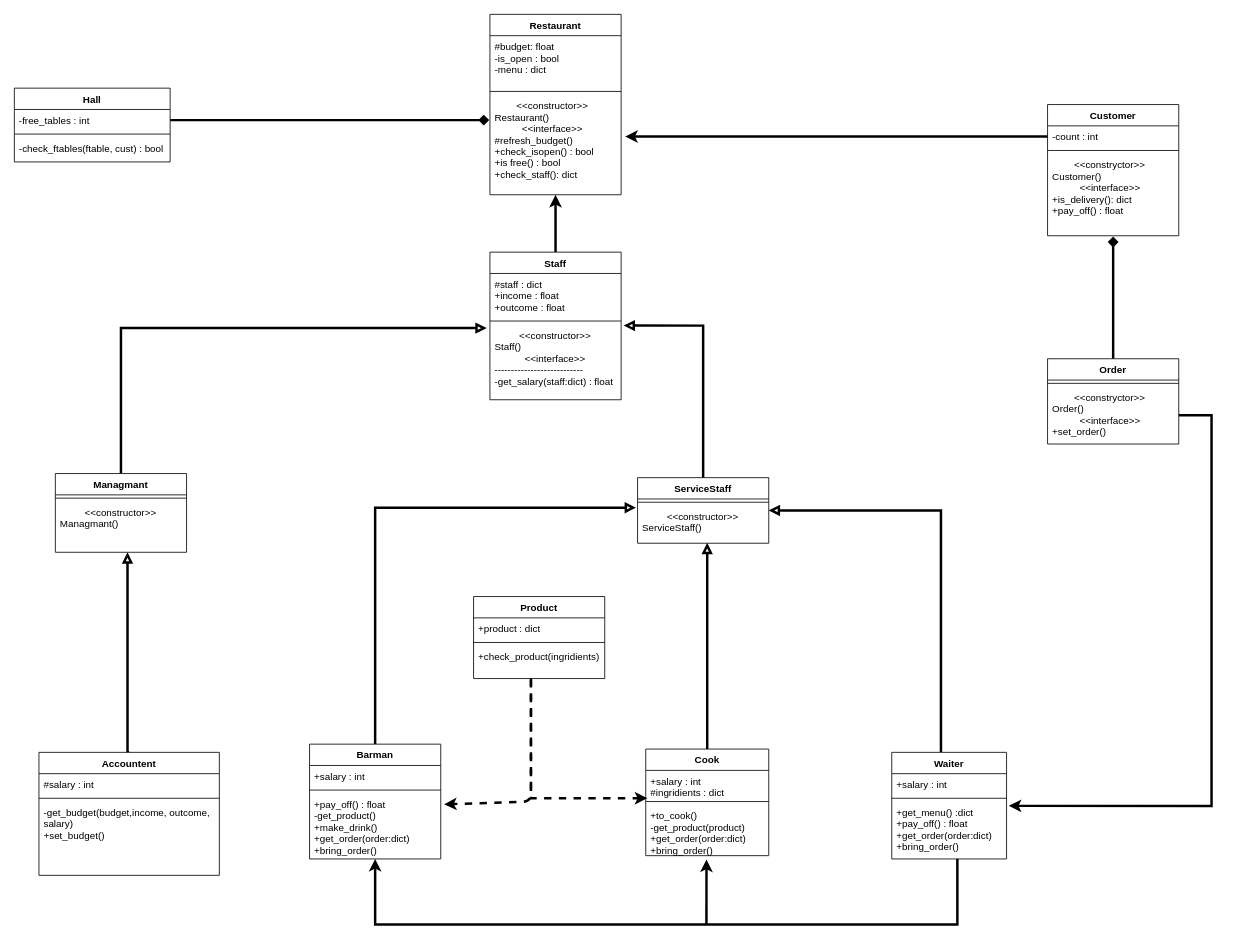
This is python/oop_2/my_restaurant.drawio from ho1331/python-education, a draw.io file, before an edit. Source tidied: cells renumbered, new cells numbered last; positions are measured from the earlier drawing's top-left corner, leaving out a move shared by most shapes. Both pictures are drawn from the tidied source at 82%, with x=0, y=0 at pixel (14, 14).
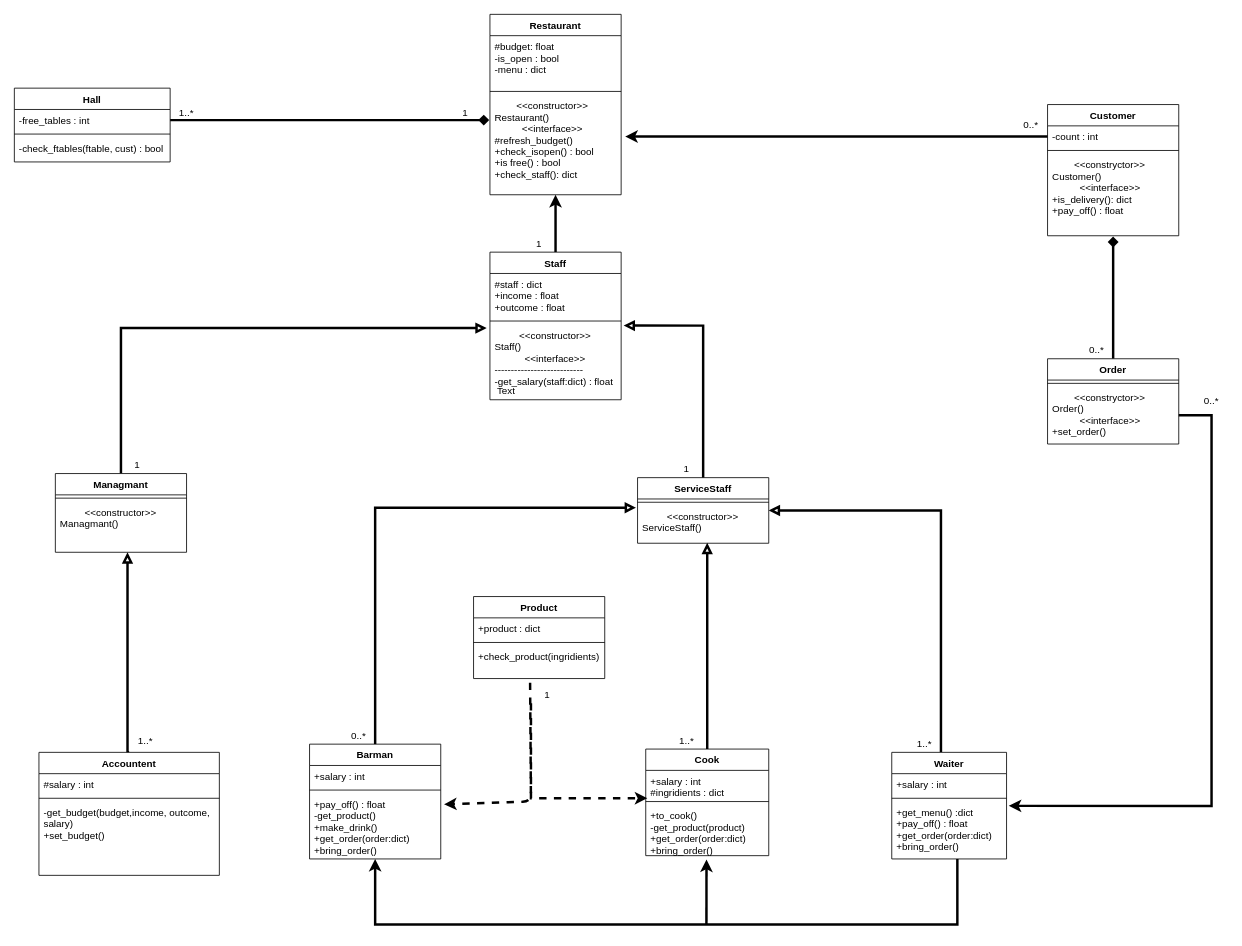
The same page after the edit.

Commit message:
added quantit params

Unchanged cells that the change refers to:
```xml
<mxCell id="33" value="+pay_off() : float&#10;-get_product()&#10;+make_drink()&#10;+get_order(order:dict)&#10;+bring_order()" style="text;strokeColor=none;fillColor=none;align=left;verticalAlign=top;spacingLeft=4;spacingRight=4;overflow=hidden;points=[[0,0.5],[1,0.5]];portConstraint=eastwest;" parent="30" vertex="1">
  <mxGeometry y="60" width="160" height="80" as="geometry" />
</mxCell>
<mxCell id="36" value="+salary : int&#10;#ingridients : dict" style="text;strokeColor=none;fillColor=none;align=left;verticalAlign=top;spacingLeft=4;spacingRight=4;overflow=hidden;points=[[0,0.5],[1,0.5]];portConstraint=eastwest;" parent="35" vertex="1">
  <mxGeometry y="26" width="150" height="34" as="geometry" />
</mxCell>
<mxCell id="56" value="+check_product(ingridients)" style="text;strokeColor=none;fillColor=none;align=left;verticalAlign=top;spacingLeft=4;spacingRight=4;overflow=hidden;points=[[0,0.5],[1,0.5]];portConstraint=eastwest;" parent="53" vertex="1">
  <mxGeometry y="60" width="160" height="40" as="geometry" />
</mxCell>
```

Change to the diagram source:
```diff
@@
-    <mxCell id="59" style="edgeStyle=orthogonalEdgeStyle;rounded=0;jettySize=auto;html=1;entryX=0.013;entryY=1;entryDx=0;entryDy=0;entryPerimeter=0;endArrow=classic;endFill=1;strokeWidth=3;dashed=1;" parent="1" edge="1" source="56" target="36">
+    <mxCell id="59" style="edgeStyle=orthogonalEdgeStyle;rounded=0;jettySize=auto;html=1;entryX=0.013;entryY=1;entryDx=0;entryDy=0;entryPerimeter=0;endArrow=classic;endFill=1;strokeWidth=3;dashed=1;" parent="1" edge="1" target="36">
       <mxGeometry relative="1" as="geometry">
+        <mxPoint x="630" y="840" as="sourcePoint" />
         <Array as="points">
           <mxPoint x="630" y="956" />
         </Array>
       </mxGeometry>
     </mxCell>
-    <mxCell id="60" style="endArrow=classic;html=1;dashed=1;strokeWidth=3;entryX=1.025;entryY=0.167;entryDx=0;entryDy=0;entryPerimeter=0;" parent="1" edge="1" target="33">
+    <mxCell id="60" style="endArrow=classic;html=1;dashed=1;strokeWidth=3;entryX=1.025;entryY=0.167;entryDx=0;entryDy=0;entryPerimeter=0;exitX=0.431;exitY=1.125;exitDx=0;exitDy=0;exitPerimeter=0;" parent="1" edge="1" source="56" target="33">
       <mxGeometry relative="1" as="geometry">
-        <mxPoint x="630" y="812" as="sourcePoint" />
         <Array as="points">
           <mxPoint x="630" y="960" />
         </Array>
       </mxGeometry>
     </mxCell>
@@
+    <mxCell id="62" value="Text" style="text;html=1;strokeColor=none;fillColor=none;align=center;verticalAlign=middle;whiteSpace=wrap;rounded=0;" parent="1" vertex="1">
+      <mxGeometry x="580" y="450" width="40" height="20" as="geometry" />
+    </mxCell>
+    <mxCell id="63" value="1..*" style="text;html=1;strokeColor=none;fillColor=none;align=center;verticalAlign=middle;whiteSpace=wrap;rounded=0;" parent="1" vertex="1">
+      <mxGeometry x="140" y="876" width="40" height="20" as="geometry" />
+    </mxCell>
+    <mxCell id="64" value="1" style="text;html=1;strokeColor=none;fillColor=none;align=center;verticalAlign=middle;whiteSpace=wrap;rounded=0;" parent="1" vertex="1">
+      <mxGeometry x="530" y="110" width="40" height="20" as="geometry" />
+    </mxCell>
+    <mxCell id="65" value="1" style="text;html=1;strokeColor=none;fillColor=none;align=center;verticalAlign=middle;whiteSpace=wrap;rounded=0;" parent="1" vertex="1">
+      <mxGeometry x="620" y="270" width="40" height="20" as="geometry" />
+    </mxCell>
+    <mxCell id="66" value="0..*" style="text;html=1;strokeColor=none;fillColor=none;align=center;verticalAlign=middle;whiteSpace=wrap;rounded=0;" parent="1" vertex="1">
+      <mxGeometry x="1220" y="125" width="40" height="20" as="geometry" />
+    </mxCell>
+    <mxCell id="67" value="0..*" style="text;html=1;strokeColor=none;fillColor=none;align=center;verticalAlign=middle;whiteSpace=wrap;rounded=0;" parent="1" vertex="1">
+      <mxGeometry x="1300" y="400" width="40" height="20" as="geometry" />
+    </mxCell>
+    <mxCell id="68" value="1" style="text;html=1;strokeColor=none;fillColor=none;align=center;verticalAlign=middle;whiteSpace=wrap;rounded=0;" parent="1" vertex="1">
+      <mxGeometry x="800" y="545" width="40" height="20" as="geometry" />
+    </mxCell>
+    <mxCell id="69" value="1" style="text;html=1;strokeColor=none;fillColor=none;align=center;verticalAlign=middle;whiteSpace=wrap;rounded=0;" parent="1" vertex="1">
+      <mxGeometry x="130" y="540" width="40" height="20" as="geometry" />
+    </mxCell>
+    <mxCell id="70" value="0..*" style="text;html=1;strokeColor=none;fillColor=none;align=center;verticalAlign=middle;whiteSpace=wrap;rounded=0;" parent="1" vertex="1">
+      <mxGeometry x="400" y="870" width="40" height="20" as="geometry" />
+    </mxCell>
+    <mxCell id="71" value="1..*" style="text;html=1;strokeColor=none;fillColor=none;align=center;verticalAlign=middle;whiteSpace=wrap;rounded=0;" parent="1" vertex="1">
+      <mxGeometry x="800" y="876" width="40" height="20" as="geometry" />
+    </mxCell>
+    <mxCell id="72" value="1..*" style="text;html=1;strokeColor=none;fillColor=none;align=center;verticalAlign=middle;whiteSpace=wrap;rounded=0;" parent="1" vertex="1">
+      <mxGeometry x="1090" y="880" width="40" height="20" as="geometry" />
+    </mxCell>
+    <mxCell id="73" value="1" style="text;html=1;strokeColor=none;fillColor=none;align=center;verticalAlign=middle;whiteSpace=wrap;rounded=0;" parent="1" vertex="1">
+      <mxGeometry x="630" y="820" width="40" height="20" as="geometry" />
+    </mxCell>
+    <mxCell id="74" value="0..*" style="text;html=1;strokeColor=none;fillColor=none;align=center;verticalAlign=middle;whiteSpace=wrap;rounded=0;" parent="1" vertex="1">
+      <mxGeometry x="1440" y="462" width="40" height="20" as="geometry" />
+    </mxCell>
+    <mxCell id="75" value="1..*" style="text;html=1;strokeColor=none;fillColor=none;align=center;verticalAlign=middle;whiteSpace=wrap;rounded=0;" parent="1" vertex="1">
+      <mxGeometry x="190" y="110" width="40" height="20" as="geometry" />
+    </mxCell>
```
